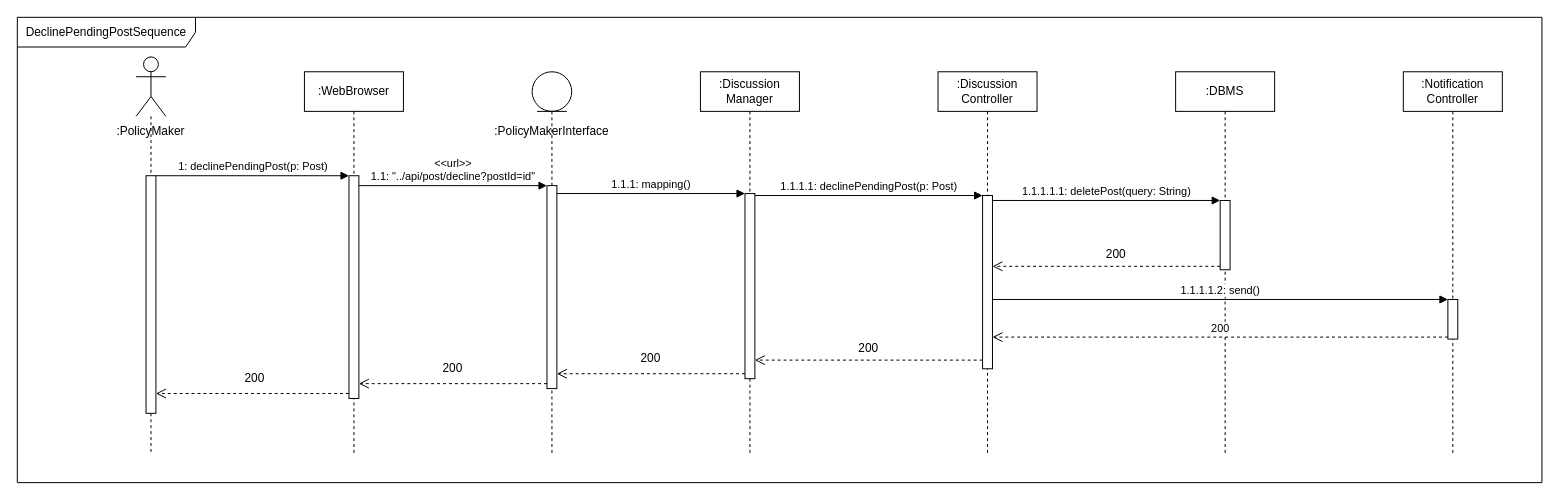
Earlier version of the draw.io diagram page "DeclinePendingPost" (11 of 18) of DD Diagrams/RunTimeViewDiagram.drawio (matteovisotto/SE2-CecchettoSirianiVisotto). Source tidied: cells renumbered, new cells numbered last; positions are measured from the earlier drawing's top-left corner, leaving out a move shared by most shapes. Both pictures are drawn from the tidied source at 99%, with x=0, y=0 at pixel (17, 17).
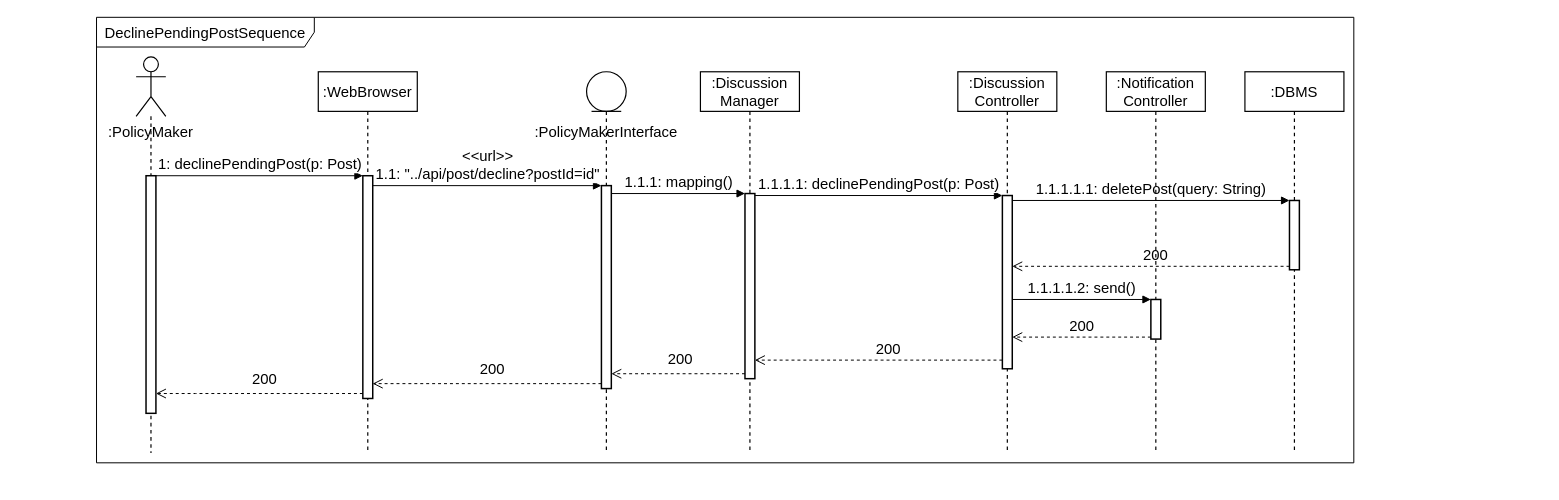
After the change.

Change to the diagram source:
```diff
@@
-    <mxCell id="2" value="DeclinePendingPostSequence" style="shape=umlFrame;whiteSpace=wrap;html=1;width=180;height=30;" parent="1" vertex="1">
-      <mxGeometry width="1540" height="470" as="geometry" />
+    <mxCell id="2" value="DeclinePendingPostSequence" style="shape=umlFrame;whiteSpace=wrap;html=1;width=220;height=30;fontSize=15;" parent="1" vertex="1">
+      <mxGeometry x="80" width="1270" height="450" as="geometry" />
     </mxCell>
-    <mxCell id="3" value=":DBMS" style="shape=umlLifeline;perimeter=lifelinePerimeter;whiteSpace=wrap;html=1;" parent="1" vertex="1">
-      <mxGeometry x="1170" y="55" width="100" height="385" as="geometry" />
+    <mxCell id="3" value=":DBMS" style="shape=umlLifeline;perimeter=lifelinePerimeter;whiteSpace=wrap;html=1;strokeWidth=1.2;fontSize=15;" parent="1" vertex="1">
+      <mxGeometry x="1240" y="55" width="100" height="385" as="geometry" />
     </mxCell>
-    <mxCell id="4" style="html=1;points=[];perimeter=orthogonalPerimeter;" parent="3" vertex="1">
+    <mxCell id="4" style="html=1;points=[];perimeter=orthogonalPerimeter;fontSize=15;strokeWidth=1.5;" parent="3" vertex="1">
       <mxGeometry x="45" y="130" width="10" height="70" as="geometry" />
     </mxCell>
-    <mxCell id="5" value=":Discussion&lt;br&gt;Controller" style="shape=umlLifeline;perimeter=lifelinePerimeter;whiteSpace=wrap;html=1;" parent="1" vertex="1">
-      <mxGeometry x="930" y="55" width="100" height="385" as="geometry" />
+    <mxCell id="5" value=":Discussion&lt;br style=&quot;font-size: 15px;&quot;&gt;Controller" style="shape=umlLifeline;perimeter=lifelinePerimeter;whiteSpace=wrap;html=1;strokeWidth=1.2;fontSize=15;" parent="1" vertex="1">
+      <mxGeometry x="950" y="55" width="100" height="385" as="geometry" />
     </mxCell>
-    <mxCell id="6" style="html=1;points=[];perimeter=orthogonalPerimeter;" parent="5" vertex="1">
+    <mxCell id="6" style="html=1;points=[];perimeter=orthogonalPerimeter;fontSize=15;strokeWidth=1.5;" parent="5" vertex="1">
       <mxGeometry x="45" y="125" width="10" height="175" as="geometry" />
     </mxCell>
-    <mxCell id="7" value=":Discussion&lt;br&gt;Manager" style="shape=umlLifeline;perimeter=lifelinePerimeter;whiteSpace=wrap;html=1;" parent="1" vertex="1">
+    <mxCell id="7" value=":Discussion&lt;br style=&quot;font-size: 15px;&quot;&gt;Manager" style="shape=umlLifeline;perimeter=lifelinePerimeter;whiteSpace=wrap;html=1;strokeWidth=1.2;fontSize=15;" parent="1" vertex="1">
       <mxGeometry x="690" y="55" width="100" height="385" as="geometry" />
     </mxCell>
-    <mxCell id="8" style="html=1;points=[];perimeter=orthogonalPerimeter;" parent="7" vertex="1">
+    <mxCell id="8" style="html=1;points=[];perimeter=orthogonalPerimeter;fontSize=15;strokeWidth=1.5;" parent="7" vertex="1">
       <mxGeometry x="45" y="123" width="10" height="187" as="geometry" />
     </mxCell>
-    <mxCell id="9" style="shape=umlLifeline;participant=umlEntity;perimeter=lifelinePerimeter;whiteSpace=wrap;html=1;verticalAlign=top;spacingTop=36;" parent="1" vertex="1">
-      <mxGeometry x="520" y="55" width="40" height="385" as="geometry" />
+    <mxCell id="9" style="shape=umlLifeline;participant=umlEntity;perimeter=lifelinePerimeter;whiteSpace=wrap;html=1;verticalAlign=top;spacingTop=36;strokeWidth=1.2;fontSize=15;" parent="1" vertex="1">
+      <mxGeometry x="575" y="55" width="40" height="385" as="geometry" />
     </mxCell>
-    <mxCell id="10" style="html=1;points=[];perimeter=orthogonalPerimeter;" parent="9" vertex="1">
+    <mxCell id="10" style="html=1;points=[];perimeter=orthogonalPerimeter;fontSize=15;strokeWidth=1.5;" parent="9" vertex="1">
       <mxGeometry x="15" y="115" width="10" height="205" as="geometry" />
     </mxCell>
-    <mxCell id="11" value=":WebBrowser" style="shape=umlLifeline;perimeter=lifelinePerimeter;whiteSpace=wrap;html=1;" parent="1" vertex="1">
-      <mxGeometry x="290" y="55" width="100" height="385" as="geometry" />
+    <mxCell id="11" value=":WebBrowser" style="shape=umlLifeline;perimeter=lifelinePerimeter;whiteSpace=wrap;html=1;strokeWidth=1.2;fontSize=15;" parent="1" vertex="1">
+      <mxGeometry x="304" y="55" width="100" height="385" as="geometry" />
     </mxCell>
-    <mxCell id="12" style="html=1;points=[];perimeter=orthogonalPerimeter;" parent="11" vertex="1">
+    <mxCell id="12" style="html=1;points=[];perimeter=orthogonalPerimeter;fontSize=15;strokeWidth=1.5;" parent="11" vertex="1">
       <mxGeometry x="45" y="105" width="10" height="225" as="geometry" />
     </mxCell>
-    <mxCell id="13" style="shape=umlLifeline;participant=umlActor;perimeter=lifelinePerimeter;whiteSpace=wrap;html=1;verticalAlign=top;spacingTop=36;fontFamily=Helvetica;fontSize=12;fontColor=rgb(0, 0, 0);align=center;strokeColor=rgb(0, 0, 0);fillColor=rgb(255, 255, 255);size=60;" parent="1" vertex="1">
+    <mxCell id="13" style="shape=umlLifeline;participant=umlActor;perimeter=lifelinePerimeter;whiteSpace=wrap;html=1;verticalAlign=top;spacingTop=36;fontFamily=Helvetica;fontSize=15;fontColor=rgb(0, 0, 0);align=center;strokeColor=rgb(0, 0, 0);fillColor=rgb(255, 255, 255);size=60;strokeWidth=1.2;" parent="1" vertex="1">
       <mxGeometry x="120" y="40" width="30" height="400" as="geometry" />
     </mxCell>
-    <mxCell id="14" style="html=1;points=[];perimeter=orthogonalPerimeter;" parent="13" vertex="1">
+    <mxCell id="14" style="html=1;points=[];perimeter=orthogonalPerimeter;fontSize=15;strokeWidth=1.5;" parent="13" vertex="1">
       <mxGeometry x="10" y="120" width="10" height="240" as="geometry" />
     </mxCell>
-    <mxCell id="15" value=":PolicyMaker" style="text;html=1;strokeColor=none;fillColor=none;align=center;verticalAlign=middle;whiteSpace=wrap;rounded=0;" parent="1" vertex="1">
+    <mxCell id="15" value=":PolicyMaker" style="text;html=1;strokeColor=none;fillColor=none;align=center;verticalAlign=middle;whiteSpace=wrap;rounded=0;fontSize=15;" parent="1" vertex="1">
       <mxGeometry x="90" y="100" width="90" height="30" as="geometry" />
     </mxCell>
-    <mxCell id="16" value=":PolicyMakerInterface" style="text;html=1;strokeColor=none;fillColor=none;align=center;verticalAlign=middle;whiteSpace=wrap;rounded=0;" parent="1" vertex="1">
-      <mxGeometry x="495" y="100" width="90" height="30" as="geometry" />
+    <mxCell id="16" value=":PolicyMakerInterface" style="text;html=1;strokeColor=none;fillColor=none;align=center;verticalAlign=middle;whiteSpace=wrap;rounded=0;fontSize=15;" parent="1" vertex="1">
+      <mxGeometry x="550" y="100" width="90" height="30" as="geometry" />
     </mxCell>
-    <mxCell id="17" value="1: declinePendingPost(p: Post)" style="html=1;verticalAlign=bottom;endArrow=block;entryX=0;entryY=0;rounded=0;" parent="1" edge="1" source="14" target="12">
+    <mxCell id="17" value="1: declinePendingPost(p: Post)" style="html=1;verticalAlign=bottom;endArrow=block;entryX=0;entryY=0;rounded=0;fontSize=15;" parent="1" edge="1" source="14" target="12">
       <mxGeometry relative="1" as="geometry" />
     </mxCell>
-    <mxCell id="18" value="&amp;lt;&amp;lt;url&amp;gt;&amp;gt;&lt;br&gt;1.1: &quot;../api/post/decline?postId=id&quot;" style="html=1;verticalAlign=bottom;endArrow=block;entryX=0;entryY=0;rounded=0;" parent="1" edge="1" source="12" target="10">
+    <mxCell id="18" value="&amp;lt;&amp;lt;url&amp;gt;&amp;gt;&lt;br style=&quot;font-size: 15px;&quot;&gt;1.1: &quot;../api/post/decline?postId=id&quot;" style="html=1;verticalAlign=bottom;endArrow=block;entryX=0;entryY=0;rounded=0;fontSize=15;" parent="1" edge="1" source="12" target="10">
       <mxGeometry relative="1" as="geometry" />
     </mxCell>
-    <mxCell id="19" value="1.1.1: mapping()" style="html=1;verticalAlign=bottom;endArrow=block;entryX=0;entryY=0;rounded=0;" parent="1" edge="1" source="10" target="8">
+    <mxCell id="19" value="1.1.1: mapping()" style="html=1;verticalAlign=bottom;endArrow=block;entryX=0;entryY=0;rounded=0;fontSize=15;" parent="1" edge="1" source="10" target="8">
       <mxGeometry relative="1" as="geometry" />
     </mxCell>
-    <mxCell id="20" value="1.1.1.1: declinePendingPost(p: Post)" style="html=1;verticalAlign=bottom;endArrow=block;entryX=0;entryY=0;rounded=0;" parent="1" edge="1" source="8" target="6">
+    <mxCell id="20" value="1.1.1.1: declinePendingPost(p: Post)" style="html=1;verticalAlign=bottom;endArrow=block;entryX=0;entryY=0;rounded=0;fontSize=15;" parent="1" edge="1" source="8" target="6">
       <mxGeometry relative="1" as="geometry" />
     </mxCell>
-    <mxCell id="21" style="html=1;verticalAlign=bottom;endArrow=open;dashed=1;endSize=8;exitX=0;exitY=0.95;rounded=0;" parent="1" edge="1" source="6" target="8">
+    <mxCell id="21" style="html=1;verticalAlign=bottom;endArrow=open;dashed=1;endSize=8;exitX=0;exitY=0.95;rounded=0;fontSize=15;" parent="1" edge="1" source="6" target="8">
       <mxGeometry relative="1" as="geometry" />
     </mxCell>
-    <mxCell id="22" style="html=1;verticalAlign=bottom;endArrow=open;dashed=1;endSize=8;rounded=0;" parent="1" edge="1" source="8" target="10">
+    <mxCell id="22" style="html=1;verticalAlign=bottom;endArrow=open;dashed=1;endSize=8;rounded=0;fontSize=15;" parent="1" edge="1" source="8" target="10">
       <mxGeometry relative="1" as="geometry">
         <Array as="points">
           <mxPoint x="700" y="360" />
         </Array>
       </mxGeometry>
     </mxCell>
-    <mxCell id="23" style="html=1;verticalAlign=bottom;endArrow=open;dashed=1;endSize=8;rounded=0;" parent="1" edge="1" source="10" target="12">
+    <mxCell id="23" style="html=1;verticalAlign=bottom;endArrow=open;dashed=1;endSize=8;rounded=0;fontSize=15;" parent="1" edge="1" source="10" target="12">
       <mxGeometry relative="1" as="geometry">
         <Array as="points">
           <mxPoint x="360" y="370" />
         </Array>
       </mxGeometry>
     </mxCell>
-    <mxCell id="24" style="html=1;verticalAlign=bottom;endArrow=open;dashed=1;endSize=8;rounded=0;" parent="1" edge="1" source="12" target="14">
+    <mxCell id="24" style="html=1;verticalAlign=bottom;endArrow=open;dashed=1;endSize=8;rounded=0;fontSize=15;" parent="1" edge="1" source="12" target="14">
       <mxGeometry relative="1" as="geometry">
         <Array as="points">
           <mxPoint x="180" y="380" />
         </Array>
       </mxGeometry>
     </mxCell>
-    <mxCell id="25" style="html=1;verticalAlign=bottom;endArrow=open;dashed=1;endSize=8;exitX=0;exitY=0.95;rounded=0;" parent="1" edge="1" source="4" target="6">
+    <mxCell id="25" style="html=1;verticalAlign=bottom;endArrow=open;dashed=1;endSize=8;exitX=0;exitY=0.95;rounded=0;fontSize=15;" parent="1" edge="1" source="4" target="6">
       <mxGeometry relative="1" as="geometry" />
     </mxCell>
-    <mxCell id="26" value="1.1.1.1.1: deletePost(query: String)" style="html=1;verticalAlign=bottom;endArrow=block;entryX=0;entryY=0;rounded=0;" parent="1" edge="1" source="6" target="4">
+    <mxCell id="26" value="1.1.1.1.1: deletePost(query: String)" style="html=1;verticalAlign=bottom;endArrow=block;entryX=0;entryY=0;rounded=0;fontSize=15;" parent="1" edge="1" source="6" target="4">
       <mxGeometry relative="1" as="geometry" />
     </mxCell>
-    <mxCell id="27" value=":Notification&lt;br&gt;Controller" style="shape=umlLifeline;perimeter=lifelinePerimeter;whiteSpace=wrap;html=1;" parent="1" vertex="1">
-      <mxGeometry x="1400" y="55" width="100" height="385" as="geometry" />
+    <mxCell id="27" value=":Notification&lt;br style=&quot;font-size: 15px;&quot;&gt;Controller" style="shape=umlLifeline;perimeter=lifelinePerimeter;whiteSpace=wrap;html=1;strokeWidth=1.2;fontSize=15;" parent="1" vertex="1">
+      <mxGeometry x="1100" y="55" width="100" height="385" as="geometry" />
     </mxCell>
-    <mxCell id="28" style="html=1;points=[];perimeter=orthogonalPerimeter;" parent="27" vertex="1">
+    <mxCell id="28" style="html=1;points=[];perimeter=orthogonalPerimeter;fontSize=15;strokeWidth=1.5;" parent="27" vertex="1">
       <mxGeometry x="45" y="230" width="10" height="40" as="geometry" />
     </mxCell>
+    <mxCell id="35" value="200" style="text;html=1;strokeColor=none;fillColor=none;align=center;verticalAlign=middle;whiteSpace=wrap;rounded=0;fontSize=15;" parent="27" vertex="1">
+      <mxGeometry x="20" y="170" width="60" height="30" as="geometry" />
+    </mxCell>
-    <mxCell id="29" value="1.1.1.1.2: send()" style="html=1;verticalAlign=bottom;endArrow=block;entryX=0;entryY=0;rounded=0;" parent="1" edge="1" source="6" target="28">
+    <mxCell id="29" value="1.1.1.1.2: send()" style="html=1;verticalAlign=bottom;endArrow=block;entryX=0;entryY=0;rounded=0;fontSize=15;" parent="1" edge="1" source="6" target="28">
       <mxGeometry relative="1" as="geometry" />
     </mxCell>
-    <mxCell id="30" value="200" style="html=1;verticalAlign=bottom;endArrow=open;dashed=1;endSize=8;exitX=0;exitY=0.95;rounded=0;" parent="1" edge="1" source="28" target="6">
+    <mxCell id="30" value="200" style="html=1;verticalAlign=bottom;endArrow=open;dashed=1;endSize=8;exitX=0;exitY=0.95;rounded=0;fontSize=15;" parent="1" edge="1" source="28" target="6">
       <mxGeometry relative="1" as="geometry" />
     </mxCell>
-    <mxCell id="31" value="200" style="text;html=1;strokeColor=none;fillColor=none;align=center;verticalAlign=middle;whiteSpace=wrap;rounded=0;" parent="1" vertex="1">
-      <mxGeometry x="830" y="320" width="60" height="30" as="geometry" />
+    <mxCell id="31" value="200" style="text;html=1;strokeColor=none;fillColor=none;align=center;verticalAlign=middle;whiteSpace=wrap;rounded=0;fontSize=15;" parent="1" vertex="1">
+      <mxGeometry x="850" y="320" width="60" height="30" as="geometry" />
     </mxCell>
-    <mxCell id="32" value="200" style="text;html=1;strokeColor=none;fillColor=none;align=center;verticalAlign=middle;whiteSpace=wrap;rounded=0;" parent="1" vertex="1">
-      <mxGeometry x="610" y="330" width="60" height="30" as="geometry" />
+    <mxCell id="32" value="200" style="text;html=1;strokeColor=none;fillColor=none;align=center;verticalAlign=middle;whiteSpace=wrap;rounded=0;fontSize=15;" parent="1" vertex="1">
+      <mxGeometry x="640" y="330" width="60" height="30" as="geometry" />
     </mxCell>
-    <mxCell id="33" value="200" style="text;html=1;strokeColor=none;fillColor=none;align=center;verticalAlign=middle;whiteSpace=wrap;rounded=0;" parent="1" vertex="1">
-      <mxGeometry x="410" y="340" width="60" height="30" as="geometry" />
+    <mxCell id="33" value="200" style="text;html=1;strokeColor=none;fillColor=none;align=center;verticalAlign=middle;whiteSpace=wrap;rounded=0;fontSize=15;" parent="1" vertex="1">
+      <mxGeometry x="450" y="340" width="60" height="30" as="geometry" />
     </mxCell>
-    <mxCell id="34" value="200" style="text;html=1;strokeColor=none;fillColor=none;align=center;verticalAlign=middle;whiteSpace=wrap;rounded=0;" parent="1" vertex="1">
-      <mxGeometry x="210" y="350" width="60" height="30" as="geometry" />
+    <mxCell id="34" value="200" style="text;html=1;strokeColor=none;fillColor=none;align=center;verticalAlign=middle;whiteSpace=wrap;rounded=0;fontSize=15;" parent="1" vertex="1">
+      <mxGeometry x="220" y="350" width="60" height="30" as="geometry" />
     </mxCell>
-    <mxCell id="35" value="200" style="text;html=1;strokeColor=none;fillColor=none;align=center;verticalAlign=middle;whiteSpace=wrap;rounded=0;" parent="1" vertex="1">
-      <mxGeometry x="1080" y="225" width="60" height="30" as="geometry" />
-    </mxCell>
```
